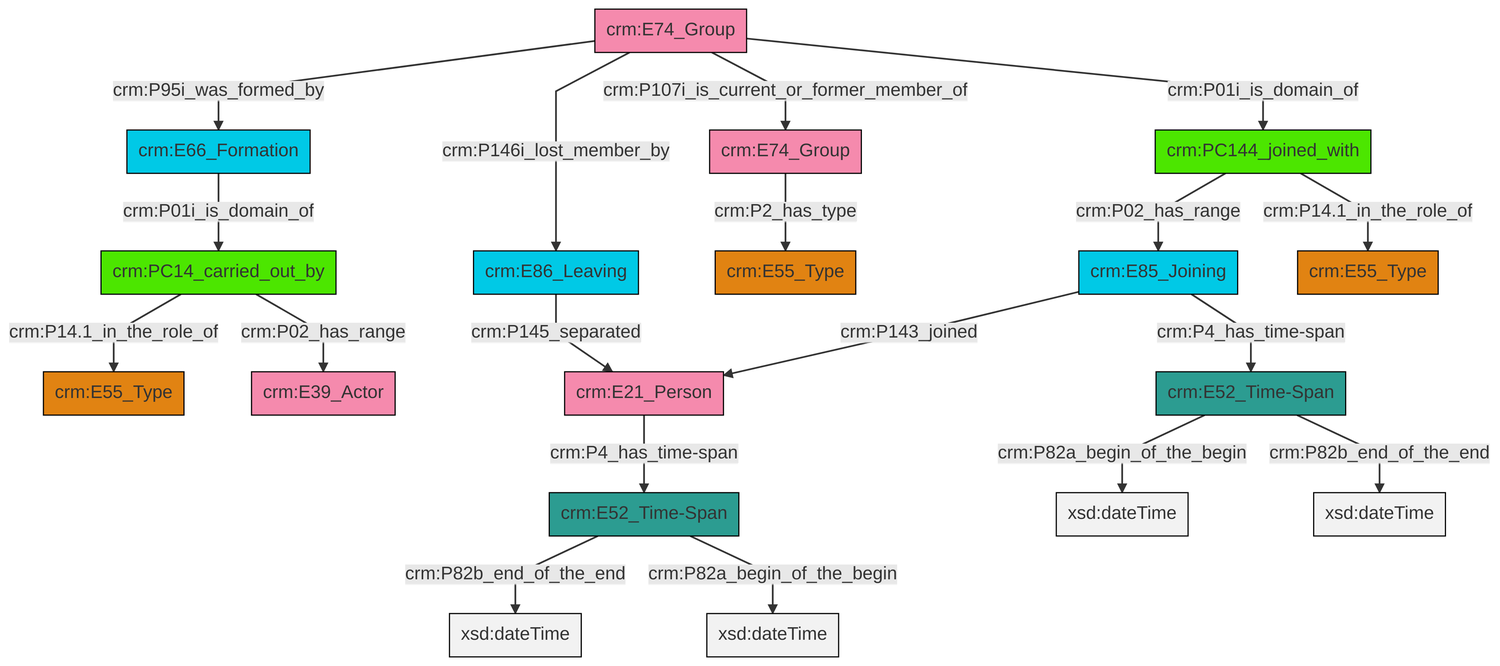
Before: et/groupCSV/ttl/mmd/png/group_actor_relations.png, a diagram exported from Mermaid (swiss-art-research-net/docs.swissartresearch). Its source is kept beside it as et/groupCSV/ttl/mmd/group_actor_relations.ttl.mmd.
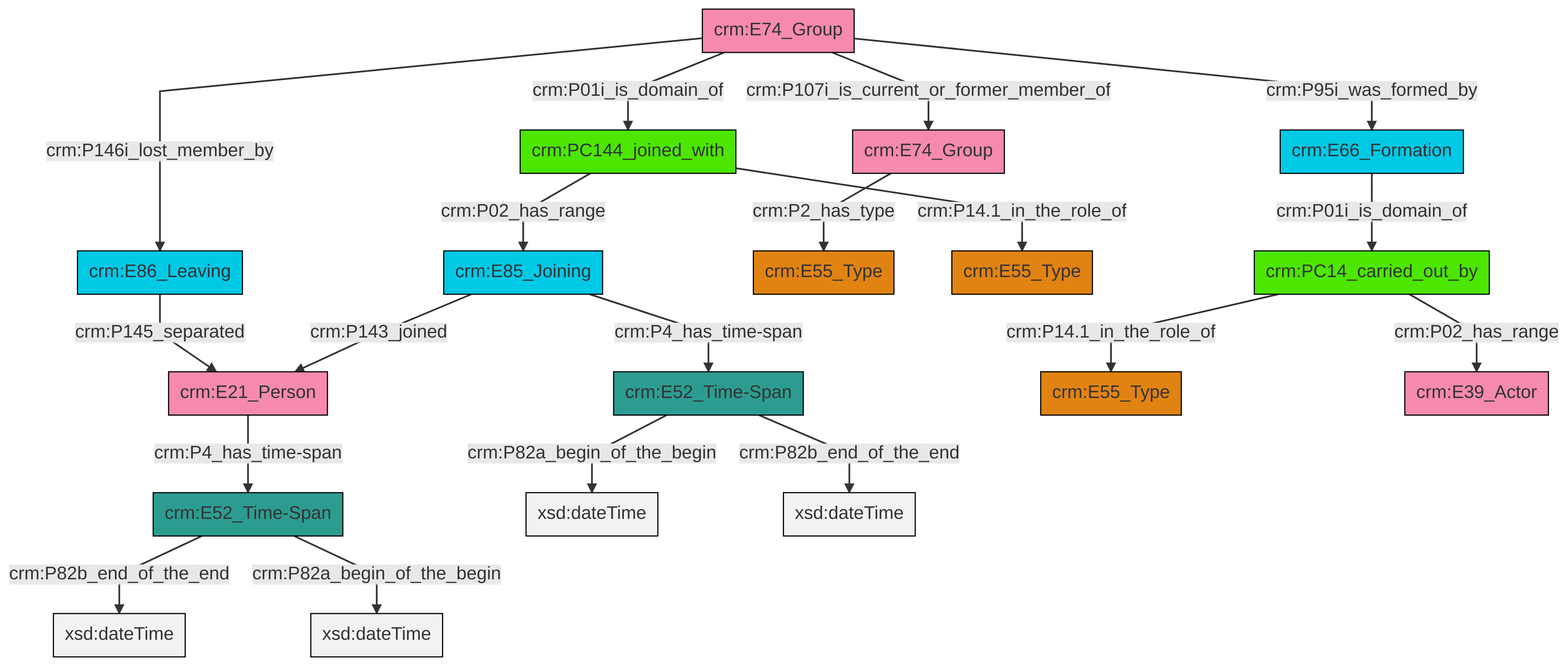
Above is the later version.

Change to the diagram source:
```diff
@@ -13,21 +13,21 @@
 classDef PC_Classes fill:#4ce600, stroke:#000000;
 classDef Multi fill:#cccccc,stroke:#000000;
 
-2["crm:E52_Time-Span"]:::Time-Span -->|crm:P82b_end_of_the_end| 3[xsd:dateTime]:::Literal
-2["crm:E52_Time-Span"]:::Time-Span -->|crm:P82a_begin_of_the_begin| 6[xsd:dateTime]:::Literal
-15["crm:E74_Group"]:::Actor -->|crm:P95i_was_formed_by| 16["crm:E66_Formation"]:::Temporal_Entity
-13["crm:E21_Person"]:::Actor -->|crm:P4_has_time-span| 2["crm:E52_Time-Span"]:::Time-Span
-18["crm:E85_Joining"]:::Temporal_Entity -->|crm:P143_joined| 13["crm:E21_Person"]:::Actor
-20["crm:E52_Time-Span"]:::Time-Span -->|crm:P82a_begin_of_the_begin| 21[xsd:dateTime]:::Literal
-9["crm:E74_Group"]:::Actor -->|crm:P2_has_type| 0["crm:E55_Type"]:::Type
-22["crm:PC14_carried_out_by"]:::PC_Classes -->|crm:P14.1_in_the_role_of| 11["crm:E55_Type"]:::Type
-20["crm:E52_Time-Span"]:::Time-Span -->|crm:P82b_end_of_the_end| 23[xsd:dateTime]:::Literal
-18["crm:E85_Joining"]:::Temporal_Entity -->|crm:P4_has_time-span| 20["crm:E52_Time-Span"]:::Time-Span
-16["crm:E66_Formation"]:::Temporal_Entity -->|crm:P01i_is_domain_of| 22["crm:PC14_carried_out_by"]:::PC_Classes
-22["crm:PC14_carried_out_by"]:::PC_Classes -->|crm:P02_has_range| 24["crm:E39_Actor"]:::Actor
-7["crm:E86_Leaving"]:::Temporal_Entity -->|crm:P145_separated| 13["crm:E21_Person"]:::Actor
-26["crm:PC144_joined_with"]:::PC_Classes -->|crm:P02_has_range| 18["crm:E85_Joining"]:::Temporal_Entity
-15["crm:E74_Group"]:::Actor -->|crm:P146i_lost_member_by| 7["crm:E86_Leaving"]:::Temporal_Entity
-15["crm:E74_Group"]:::Actor -->|crm:P107i_is_current_or_former_member_of| 9["crm:E74_Group"]:::Actor
-15["crm:E74_Group"]:::Actor -->|crm:P01i_is_domain_of| 26["crm:PC144_joined_with"]:::PC_Classes
-26["crm:PC144_joined_with"]:::PC_Classes -->|crm:P14.1_in_the_role_of| 4["crm:E55_Type"]:::Type
+4["crm:E52_Time-Span"]:::Time-Span -->|crm:P82b_end_of_the_end| 5[xsd:dateTime]:::Literal
+6["crm:E85_Joining"]:::Temporal_Entity -->|crm:P143_joined| 7["crm:E21_Person"]:::Actor
+2["crm:E52_Time-Span"]:::Time-Span -->|crm:P82a_begin_of_the_begin| 8[xsd:dateTime]:::Literal
+9["crm:E86_Leaving"]:::Temporal_Entity -->|crm:P145_separated| 7["crm:E21_Person"]:::Actor
+14["crm:E74_Group"]:::Actor -->|crm:P107i_is_current_or_former_member_of| 0["crm:E74_Group"]:::Actor
+4["crm:E52_Time-Span"]:::Time-Span -->|crm:P82a_begin_of_the_begin| 22[xsd:dateTime]:::Literal
+10["crm:PC144_joined_with"]:::PC_Classes -->|crm:P02_has_range| 6["crm:E85_Joining"]:::Temporal_Entity
+14["crm:E74_Group"]:::Actor -->|crm:P01i_is_domain_of| 10["crm:PC144_joined_with"]:::PC_Classes
+2["crm:E52_Time-Span"]:::Time-Span -->|crm:P82b_end_of_the_end| 27[xsd:dateTime]:::Literal
+10["crm:PC144_joined_with"]:::PC_Classes -->|crm:P14.1_in_the_role_of| 23["crm:E55_Type"]:::Type
+30["crm:PC14_carried_out_by"]:::PC_Classes -->|crm:P14.1_in_the_role_of| 16["crm:E55_Type"]:::Type
+6["crm:E85_Joining"]:::Temporal_Entity -->|crm:P4_has_time-span| 2["crm:E52_Time-Span"]:::Time-Span
+30["crm:PC14_carried_out_by"]:::PC_Classes -->|crm:P02_has_range| 25["crm:E39_Actor"]:::Actor
+14["crm:E74_Group"]:::Actor -->|crm:P95i_was_formed_by| 18["crm:E66_Formation"]:::Temporal_Entity
+7["crm:E21_Person"]:::Actor -->|crm:P4_has_time-span| 4["crm:E52_Time-Span"]:::Time-Span
+14["crm:E74_Group"]:::Actor -->|crm:P146i_lost_member_by| 9["crm:E86_Leaving"]:::Temporal_Entity
+18["crm:E66_Formation"]:::Temporal_Entity -->|crm:P01i_is_domain_of| 30["crm:PC14_carried_out_by"]:::PC_Classes
+0["crm:E74_Group"]:::Actor -->|crm:P2_has_type| 20["crm:E55_Type"]:::Type
```
